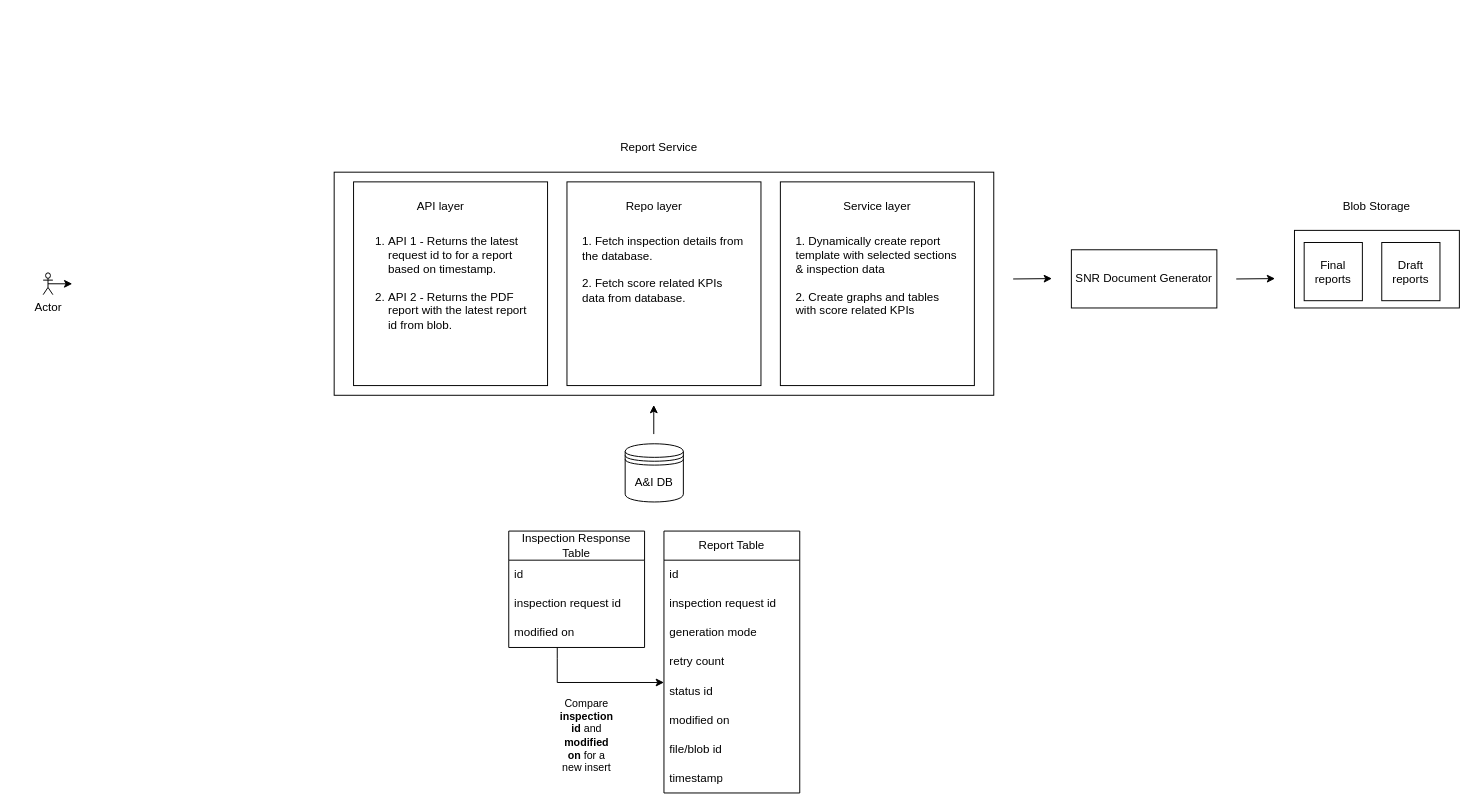
Above: Report Service.drawio in deb-sahu/system-designs (draw.io), before the change. Source tidied: cells renumbered, new cells numbered last; positions are measured from the earlier drawing's top-left corner, leaving out a move shared by most shapes. Both pictures are drawn from the tidied source at 97%, with x=0, y=0 at pixel (43, 133).
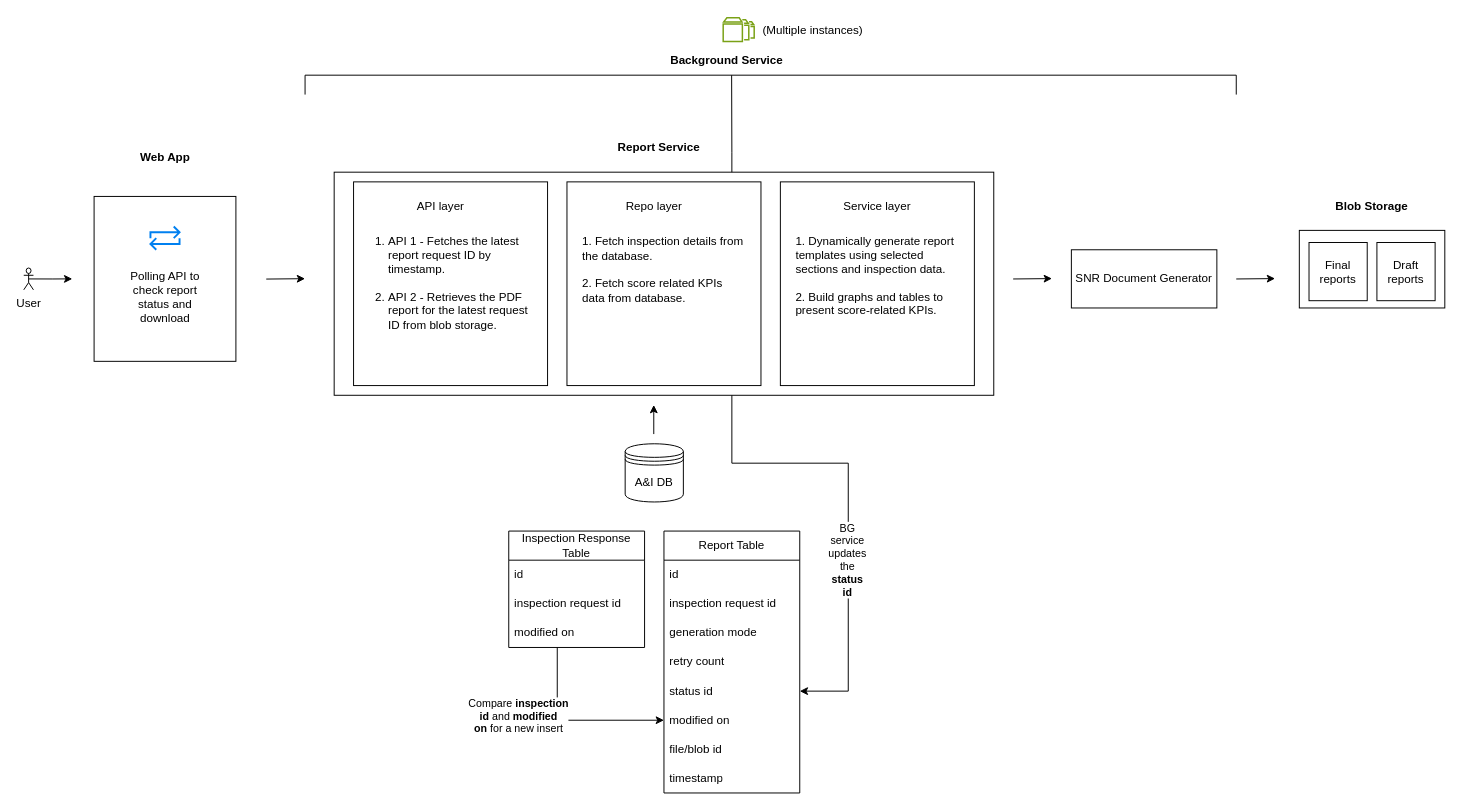
The same diagram, later.

Unchanged cells that the change refers to:
```xml
<mxCell id="11" value="status id" style="text;strokeColor=none;fillColor=none;align=left;verticalAlign=middle;spacingLeft=4;spacingRight=4;overflow=hidden;points=[[0,0.5],[1,0.5]];portConstraint=eastwest;whiteSpace=wrap;html=1;" parent="6" vertex="1">
  <mxGeometry y="150" width="140" height="30" as="geometry" />
</mxCell>
<mxCell id="12" value="modified on" style="text;strokeColor=none;fillColor=none;align=left;verticalAlign=middle;spacingLeft=4;spacingRight=4;overflow=hidden;points=[[0,0.5],[1,0.5]];portConstraint=eastwest;whiteSpace=wrap;html=1;" parent="6" vertex="1">
  <mxGeometry y="180" width="140" height="30" as="geometry" />
</mxCell>
```

Change to the diagram source:
```diff
@@
+    <mxCell id="42" style="endArrow=classic;html=1;rounded=0;entryX=1;entryY=0.5;entryDx=0;entryDy=0;exitX=0.528;exitY=1.002;exitDx=0;exitDy=0;exitPerimeter=0;" parent="1" edge="1" source="52" target="11">
+      <mxGeometry relative="1" as="geometry">
+        <Array as="points">
+          <mxPoint x="710" y="20" />
+          <mxPoint x="710" y="340" />
+          <mxPoint x="830" y="340" />
+          <mxPoint x="830" y="575" />
+        </Array>
+      </mxGeometry>
+    </mxCell>
@@
-    <mxCell id="3" value="Report Service" style="text;html=1;align=center;verticalAlign=middle;whiteSpace=wrap;rounded=0;" parent="1" vertex="1">
+    <mxCell id="3" value="Report Service" style="text;html=1;align=center;verticalAlign=middle;whiteSpace=wrap;rounded=0;fontStyle=1;" parent="1" vertex="1">
       <mxGeometry x="550" width="170" height="30" as="geometry" />
     </mxCell>
     <mxCell id="4" style="edgeStyle=orthogonalEdgeStyle;rounded=0;jettySize=auto;html=1;exitX=0.5;exitY=0.5;exitDx=0;exitDy=0;exitPerimeter=0;" parent="1" edge="1" source="5">
       <mxGeometry relative="1" as="geometry">
-        <mxPoint x="30" y="155" as="targetPoint" />
+        <mxPoint x="30" y="150" as="targetPoint" />
       </mxGeometry>
     </mxCell>
-    <mxCell id="5" value="Actor" style="shape=umlActor;verticalLabelPosition=bottom;verticalAlign=top;html=1;outlineConnect=0;" parent="1" vertex="1">
-      <mxGeometry y="143.8" width="10" height="22.5" as="geometry" />
+    <mxCell id="5" value="User" style="shape=umlActor;verticalLabelPosition=bottom;verticalAlign=top;html=1;outlineConnect=0;" parent="1" vertex="1">
+      <mxGeometry x="-20" y="138.8" width="10" height="22.5" as="geometry" />
     </mxCell>
-    <mxCell id="6" value="Report Table" style="swimlane;fontStyle=0;horizontal=1;startSize=30;whiteSpace=wrap;html=1;" parent="1" vertex="1">
+    <mxCell id="6" value="&lt;span style=&quot;font-weight: normal;&quot;&gt;Report Table&lt;/span&gt;" style="swimlane;fontStyle=1;horizontal=1;startSize=30;whiteSpace=wrap;html=1;" parent="1" vertex="1">
       <mxGeometry x="640" y="410" width="140" height="270" as="geometry" />
     </mxCell>
@@
-    <mxCell id="15" value="A&amp;amp;I DB" style="shape=datastore;whiteSpace=wrap;html=1;" parent="1" vertex="1">
+    <mxCell id="15" value="A&amp;amp;I DB" style="shape=datastore;whiteSpace=wrap;html=1;fontStyle=0;" parent="1" vertex="1">
       <mxGeometry x="600" y="320" width="60" height="60" as="geometry" />
     </mxCell>
@@
-    <mxCell id="17" style="group;" parent="1" vertex="1">
+    <mxCell id="17" style="group;labelBackgroundColor=none;" parent="1" vertex="1">
       <mxGeometry x="300" y="40" width="680" height="230" as="geometry" />
     </mxCell>
@@
-    <mxCell id="22" value="&lt;ol&gt;&lt;li&gt;API 1 - Returns the latest request id to for a report based on timestamp.&lt;br&gt;&lt;br&gt;&lt;/li&gt;&lt;li&gt;API 2 - Returns the PDF report with the latest report id from blob.&lt;/li&gt;&lt;/ol&gt;&lt;div&gt;&lt;div&gt;&lt;br&gt;&lt;/div&gt;&lt;div&gt;&lt;br&gt;&lt;/div&gt;&lt;/div&gt;" style="text;strokeColor=none;fillColor=none;align=left;verticalAlign=middle;spacingLeft=4;spacingRight=4;overflow=hidden;whiteSpace=wrap;html=1;" parent="17" vertex="1">
+    <mxCell id="22" value="&lt;ol&gt;&lt;li&gt;API 1 - Fetches the latest report request ID by timestamp.&lt;br&gt;&lt;br&gt;&lt;/li&gt;&lt;li&gt;API 2 - Retrieves the PDF report for the latest request ID from blob storage.&lt;/li&gt;&lt;/ol&gt;&lt;div&gt;&lt;div&gt;&lt;br&gt;&lt;/div&gt;&lt;div&gt;&lt;br&gt;&lt;/div&gt;&lt;/div&gt;" style="text;strokeColor=none;fillColor=none;align=left;verticalAlign=middle;spacingLeft=4;spacingRight=4;overflow=hidden;whiteSpace=wrap;html=1;" parent="17" vertex="1">
       <mxGeometry x="10" y="50" width="200" height="140" as="geometry" />
     </mxCell>
@@
-    <mxCell id="27" value="&lt;span style=&quot;text-align: center;&quot;&gt;1. Dynamically create report template with selected sections &amp;amp; inspection data&lt;br&gt;&lt;br&gt;2. Create graphs and tables with score related KPIs&lt;/span&gt;&lt;span style=&quot;text-align: center;&quot;&gt;&lt;br&gt;&lt;/span&gt;&lt;div&gt;&lt;div&gt;&lt;span style=&quot;text-align: center;&quot;&gt;&lt;br&gt;&lt;/span&gt;&lt;/div&gt;&lt;div&gt;&lt;span style=&quot;text-align: center;&quot;&gt;&lt;br&gt;&lt;/span&gt;&lt;/div&gt;&lt;/div&gt;" style="text;strokeColor=none;fillColor=none;align=left;verticalAlign=middle;spacingLeft=4;spacingRight=4;overflow=hidden;whiteSpace=wrap;html=1;" parent="17" vertex="1">
+    <mxCell id="27" value="&lt;span style=&quot;text-align: center;&quot;&gt;1.&amp;nbsp;&lt;/span&gt;Dynamically generate report templates using selected sections and inspection data.&lt;span style=&quot;text-align: center;&quot;&gt;&lt;br&gt;&lt;br&gt;2.&amp;nbsp;&lt;/span&gt;Build graphs and tables to present score-related KPIs.&lt;span style=&quot;text-align: center;&quot;&gt;&lt;br&gt;&lt;/span&gt;&lt;div&gt;&lt;div&gt;&lt;span style=&quot;text-align: center;&quot;&gt;&lt;br&gt;&lt;/span&gt;&lt;/div&gt;&lt;div&gt;&lt;span style=&quot;text-align: center;&quot;&gt;&lt;br&gt;&lt;/span&gt;&lt;/div&gt;&lt;/div&gt;" style="text;strokeColor=none;fillColor=none;align=left;verticalAlign=middle;spacingLeft=4;spacingRight=4;overflow=hidden;whiteSpace=wrap;html=1;" parent="17" vertex="1">
       <mxGeometry x="470" y="62.5" width="180" height="117.5" as="geometry" />
     </mxCell>
-    <mxCell id="28" style="group;" parent="1" vertex="1">
-      <mxGeometry x="1290" y="60" width="170" height="120" as="geometry" />
-    </mxCell>
-    <mxCell id="29" style="rounded=0;whiteSpace=wrap;html=1;" parent="28" vertex="1">
-      <mxGeometry y="40" width="170" height="80" as="geometry" />
-    </mxCell>
-    <mxCell id="30" value="Draft reports" style="whiteSpace=wrap;html=1;" parent="28" vertex="1">
-      <mxGeometry x="90" y="52.5" width="60" height="60" as="geometry" />
-    </mxCell>
-    <mxCell id="31" value="Final reports" style="whiteSpace=wrap;html=1;" parent="28" vertex="1">
-      <mxGeometry x="10" y="52.5" width="60" height="60" as="geometry" />
-    </mxCell>
-    <mxCell id="32" value="Blob Storage" style="text;html=1;align=center;verticalAlign=middle;whiteSpace=wrap;rounded=0;" parent="28" vertex="1">
-      <mxGeometry width="170" height="30" as="geometry" />
-    </mxCell>
@@
-    <mxCell id="35" value="Inspection Response Table" style="swimlane;fontStyle=0;horizontal=1;startSize=30;whiteSpace=wrap;html=1;" parent="1" vertex="1">
+    <mxCell id="35" value="&lt;span style=&quot;font-weight: normal;&quot;&gt;Inspection Response Table&lt;/span&gt;" style="swimlane;fontStyle=1;horizontal=1;startSize=30;whiteSpace=wrap;html=1;" parent="1" vertex="1">
       <mxGeometry x="480" y="410" width="140" height="120" as="geometry" />
     </mxCell>
@@
-    <mxCell id="39" style="endArrow=classic;html=1;rounded=0;" parent="1" edge="1">
+    <mxCell id="39" style="endArrow=classic;html=1;rounded=0;entryX=0;entryY=0.5;entryDx=0;entryDy=0;" parent="1" edge="1" target="12">
       <mxGeometry relative="1" as="geometry">
         <mxPoint x="530" y="530" as="sourcePoint" />
-        <mxPoint x="640" y="566.1" as="targetPoint" />
         <Array as="points">
-          <mxPoint x="530" y="541.1" />
-          <mxPoint x="530" y="566.1" />
+          <mxPoint x="530" y="605" />
         </Array>
       </mxGeometry>
     </mxCell>
@@
-    <mxCell id="41" value="Compare &lt;b&gt;inspection id&lt;/b&gt; and&lt;b&gt; modified on&lt;/b&gt; for a new insert" style="edgeLabel;html=1;align=center;verticalAlign=middle;labelPosition=left;verticalLabelPosition=middle;whiteSpace=wrap;imageWidth=28;" parent="1" vertex="1">
-      <mxGeometry x="540" y="610" as="geometry">
+    <mxCell id="41" value="Compare&amp;nbsp;&lt;b&gt;inspection id&lt;/b&gt;&amp;nbsp;and&lt;b&gt;&amp;nbsp;modified on&lt;/b&gt;&amp;nbsp;for a new insert" style="edgeLabel;html=1;align=center;verticalAlign=middle;labelPosition=left;verticalLabelPosition=middle;whiteSpace=wrap;imageWidth=28;" parent="1" vertex="1">
+      <mxGeometry x="470" y="590" as="geometry">
         <mxPoint x="20" y="10" as="offset" />
       </mxGeometry>
     </mxCell>
+    <mxCell id="29" style="rounded=0;whiteSpace=wrap;html=1;" parent="1" vertex="1">
+      <mxGeometry x="1295" y="100" width="150" height="80" as="geometry" />
+    </mxCell>
+    <mxCell id="31" value="Final reports" style="whiteSpace=wrap;html=1;" parent="1" vertex="1">
+      <mxGeometry x="1305" y="112.5" width="60" height="60" as="geometry" />
+    </mxCell>
+    <mxCell id="32" value="Blob Storage" style="text;html=1;align=center;verticalAlign=middle;whiteSpace=wrap;rounded=0;fontStyle=1;" parent="1" vertex="1">
+      <mxGeometry x="1290" y="60" width="160" height="30" as="geometry" />
+    </mxCell>
+    <mxCell id="30" value="Draft reports" style="whiteSpace=wrap;html=1;" parent="1" vertex="1">
+      <mxGeometry x="1375" y="112.5" width="60" height="60" as="geometry" />
+    </mxCell>
+    <mxCell id="43" style="rounded=0;whiteSpace=wrap;html=1;rotation=90;" parent="1" vertex="1">
+      <mxGeometry x="40.6" y="76.9" width="170" height="146.2" as="geometry" />
+    </mxCell>
+    <mxCell id="44" style="endArrow=classic;html=1;rounded=0;" parent="1" edge="1">
+      <mxGeometry relative="1" as="geometry">
+        <mxPoint x="230" y="150.2" as="sourcePoint" />
+        <mxPoint x="270" y="149.8" as="targetPoint" />
+      </mxGeometry>
+    </mxCell>
+    <mxCell id="45" value="Web App" style="text;html=1;align=center;verticalAlign=middle;whiteSpace=wrap;rounded=0;fontStyle=1;" parent="1" vertex="1">
+      <mxGeometry x="40.6" y="10" width="170" height="30" as="geometry" />
+    </mxCell>
+    <mxCell id="46" style="html=1;verticalLabelPosition=bottom;align=center;labelBackgroundColor=#ffffff;verticalAlign=top;strokeWidth=2;strokeColor=#0080F0;shadow=0;dashed=0;shape=mxgraph.ios7.icons.repeat;" parent="1" vertex="1">
+      <mxGeometry x="110.6" y="96" width="30" height="24" as="geometry" />
+    </mxCell>
+    <mxCell id="47" value="Polling API to check report status and download" style="text;html=1;align=center;verticalAlign=middle;whiteSpace=wrap;rounded=0;" parent="1" vertex="1">
+      <mxGeometry x="74.9" y="138.8" width="101.6" height="60" as="geometry" />
+    </mxCell>
+    <mxCell id="48" style="group;" parent="1" vertex="1">
+      <mxGeometry x="270" y="-60" width="960" height="20" as="geometry" />
+    </mxCell>
+    <mxCell id="49" style="endArrow=none;html=1;rounded=0;" parent="48" edge="1">
+      <mxGeometry relative="1" as="geometry">
+        <mxPoint as="sourcePoint" />
+        <mxPoint x="960" as="targetPoint" />
+      </mxGeometry>
+    </mxCell>
+    <mxCell id="50" style="endArrow=none;html=1;rounded=0;" parent="48" edge="1">
+      <mxGeometry relative="1" as="geometry">
+        <mxPoint y="20" as="sourcePoint" />
+        <mxPoint as="targetPoint" />
+      </mxGeometry>
+    </mxCell>
+    <mxCell id="51" style="endArrow=none;html=1;rounded=0;" parent="48" edge="1">
+      <mxGeometry relative="1" as="geometry">
+        <mxPoint x="960" y="20" as="sourcePoint" />
+        <mxPoint x="960" as="targetPoint" />
+      </mxGeometry>
+    </mxCell>
+    <mxCell id="52" value="Background Service" style="text;html=1;align=center;verticalAlign=middle;whiteSpace=wrap;rounded=0;fontStyle=1;" parent="1" vertex="1">
+      <mxGeometry x="620" y="-90" width="170" height="30" as="geometry" />
+    </mxCell>
+    <mxCell id="53" style="sketch=0;fontColor=#232F3E;gradientColor=none;fillColor=#7AA116;strokeColor=none;dashed=0;verticalLabelPosition=bottom;verticalAlign=top;align=center;html=1;fontSize=12;fontStyle=0;shape=mxgraph.aws4.multiple_volumes_resource;" parent="1" vertex="1">
+      <mxGeometry x="700" y="-120" width="34" height="26.1" as="geometry" />
+    </mxCell>
+    <mxCell id="54" value="&lt;span style=&quot;text-align: center;&quot;&gt;(Multiple instances)&lt;/span&gt;" style="text;whiteSpace=wrap;html=1;" parent="1" vertex="1">
+      <mxGeometry x="740" y="-120" width="170" height="40" as="geometry" />
+    </mxCell>
+    <mxCell id="55" value="&lt;div style=&quot;&quot;&gt;BG service updates the &lt;b&gt;status id&lt;/b&gt;&lt;/div&gt;" style="edgeLabel;html=1;align=center;verticalAlign=middle;labelPosition=left;verticalLabelPosition=middle;imageWidth=28;whiteSpace=wrap;" parent="1" vertex="1">
+      <mxGeometry x="830" y="430" as="geometry">
+        <mxPoint x="-1" y="9" as="offset" />
+      </mxGeometry>
+    </mxCell>
```
